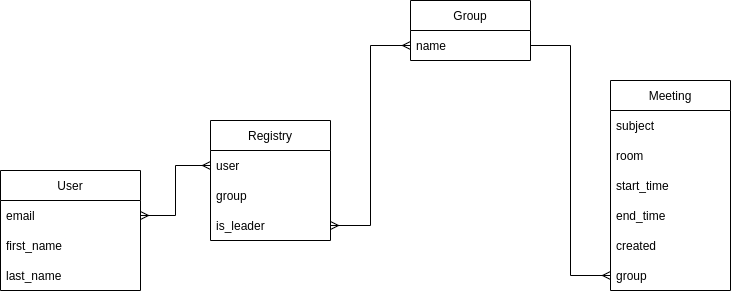
Earlier version of the draw.io export Documentation/database.png (CypressG/cct). Source tidied: cells renumbered, new cells last; positions are measured from the earlier drawing's top-left corner, leaving out a move shared by most shapes.
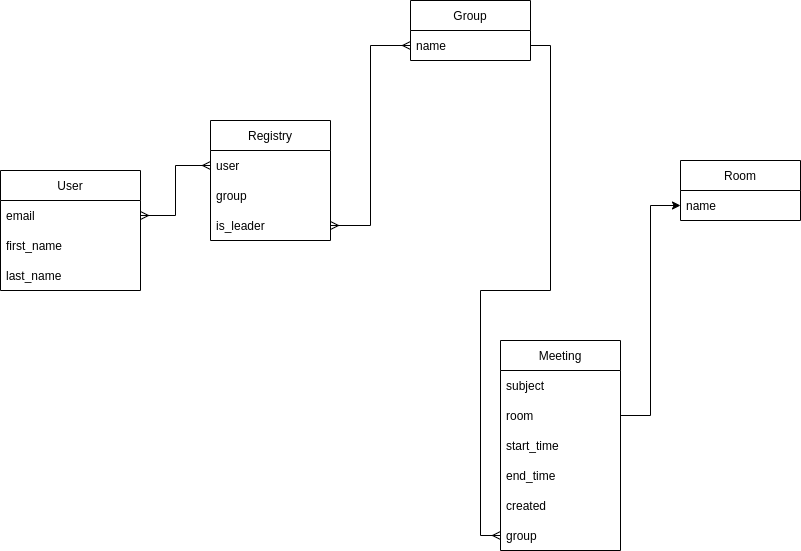
Above is the later version.

Commit message:
Added Room model

What changed in the source:
```diff
@@ -15,7 +15,7 @@
       <mxGeometry y="90" width="140" height="30" as="geometry" />
     </mxCell>
     <mxCell id="6" value="Meeting" style="swimlane;fontStyle=0;horizontal=1;startSize=30;" parent="1" vertex="1">
-      <mxGeometry x="610" y="80" width="120" height="210" as="geometry" />
+      <mxGeometry x="500" y="340" width="120" height="210" as="geometry" />
     </mxCell>
     <mxCell id="7" value="subject" style="text;strokeColor=none;fillColor=none;align=left;verticalAlign=middle;spacingLeft=4;spacingRight=4;overflow=hidden;" parent="6" vertex="1">
       <mxGeometry y="30" width="120" height="30" as="geometry" />
@@ -62,5 +62,14 @@
     <mxCell id="21" style="edgeStyle=orthogonalEdgeStyle;rounded=0;jettySize=auto;html=1;entryX=0;entryY=0.5;entryDx=0;entryDy=0;endArrow=ERmany;endFill=0;startArrow=none;startFill=0;" parent="1" edge="1" source="14" target="12">
       <mxGeometry relative="1" as="geometry" />
     </mxCell>
+    <mxCell id="22" style="edgeStyle=orthogonalEdgeStyle;rounded=0;jettySize=auto;html=1;exitX=1;exitY=0.5;exitDx=0;exitDy=0;" parent="1" edge="1" source="8" target="24">
+      <mxGeometry relative="1" as="geometry" />
+    </mxCell>
+    <mxCell id="23" value="Room" style="swimlane;fontStyle=0;horizontal=1;startSize=30;" parent="1" vertex="1">
+      <mxGeometry x="680" y="160" width="120" height="60" as="geometry" />
+    </mxCell>
+    <mxCell id="24" value="name" style="text;strokeColor=none;fillColor=none;align=left;verticalAlign=middle;spacingLeft=4;spacingRight=4;overflow=hidden;points=[[0,0.5],[1,0.5]];portConstraint=eastwest;" parent="23" vertex="1">
+      <mxGeometry y="30" width="120" height="30" as="geometry" />
+    </mxCell>
   </root>
 </mxGraphModel>
```
